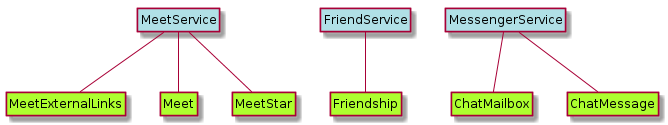
Before: design_stage/engsoft-especificacao-projeto/figuras/entidade-servico-escrita.png, a diagram exported from PlantUML (dwws-ufes/2019-SocialMeetScheduler).
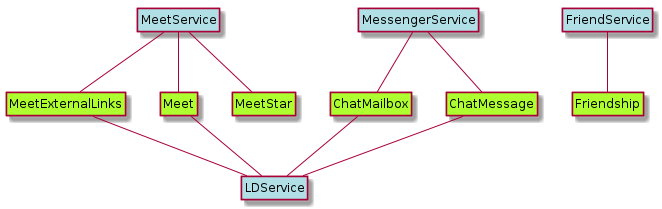
After the commit.

What changed in the source:
```diff
@@ -6,6 +6,7 @@
 class MeetService #powderblue
 class FriendService #powderblue
 class MessengerService #powderblue
+class LDService #powderblue
 
 class Friendship #greenyellow
 class MeetExternalLinks #greenyellow
@@ -24,4 +25,9 @@
 MessengerService -- ChatMailbox
 MessengerService -- ChatMessage
 
+MeetExternalLinks -- LDService
+Meet              -- LDService
+ChatMailbox       -- LDService
+ChatMessage       -- LDService
+
 @enduml
```
